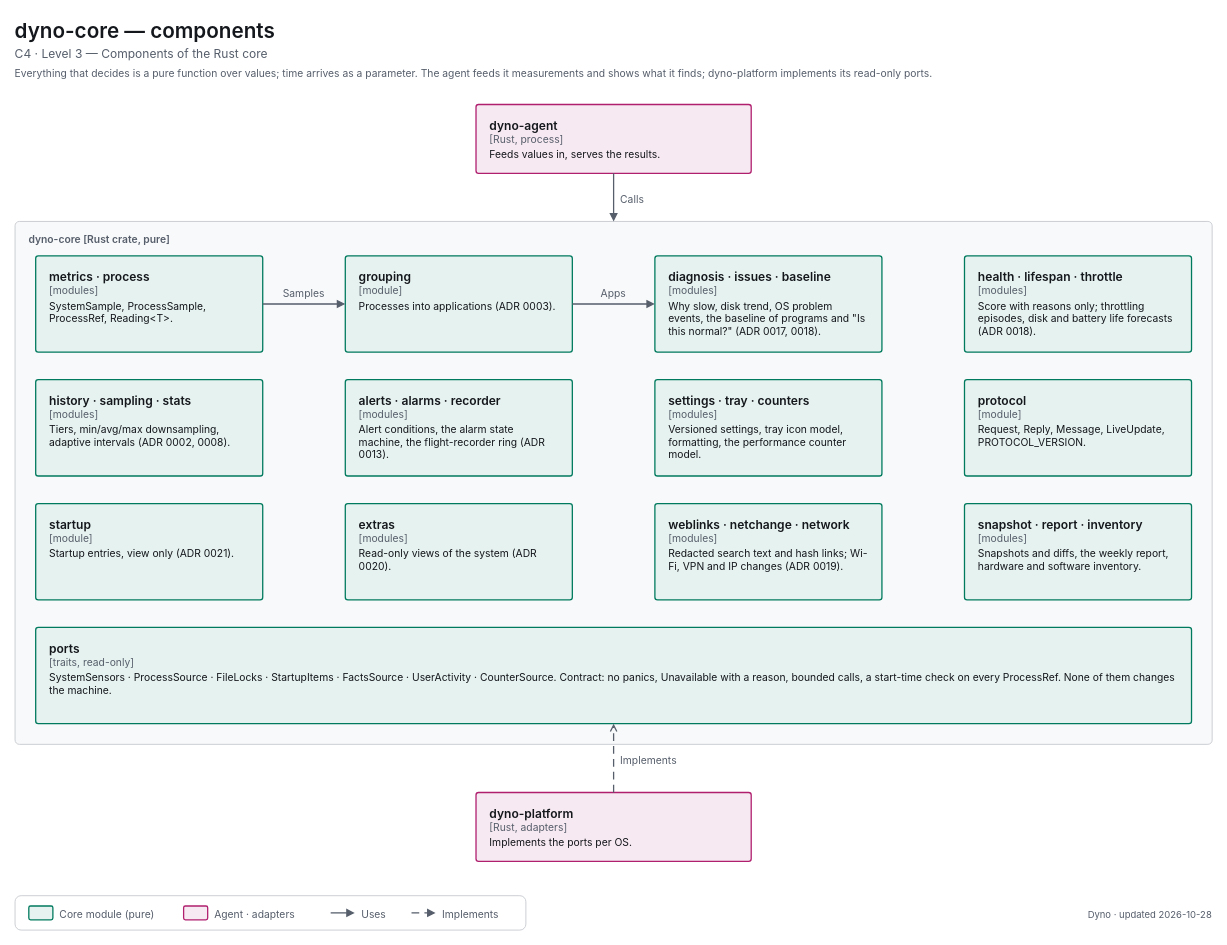
decryp7/paddock keeps this draw.io diagram as apps/dyno/diagrams/c4-3-components-core.drawio. Above is the earlier version. Source tidied: cells renumbered, new cells numbered last; positions are measured from the earlier drawing's top-left corner, leaving out a move shared by most shapes. Both pictures are drawn from the tidied source at 86%, with x=0, y=0 at pixel (15, 15).
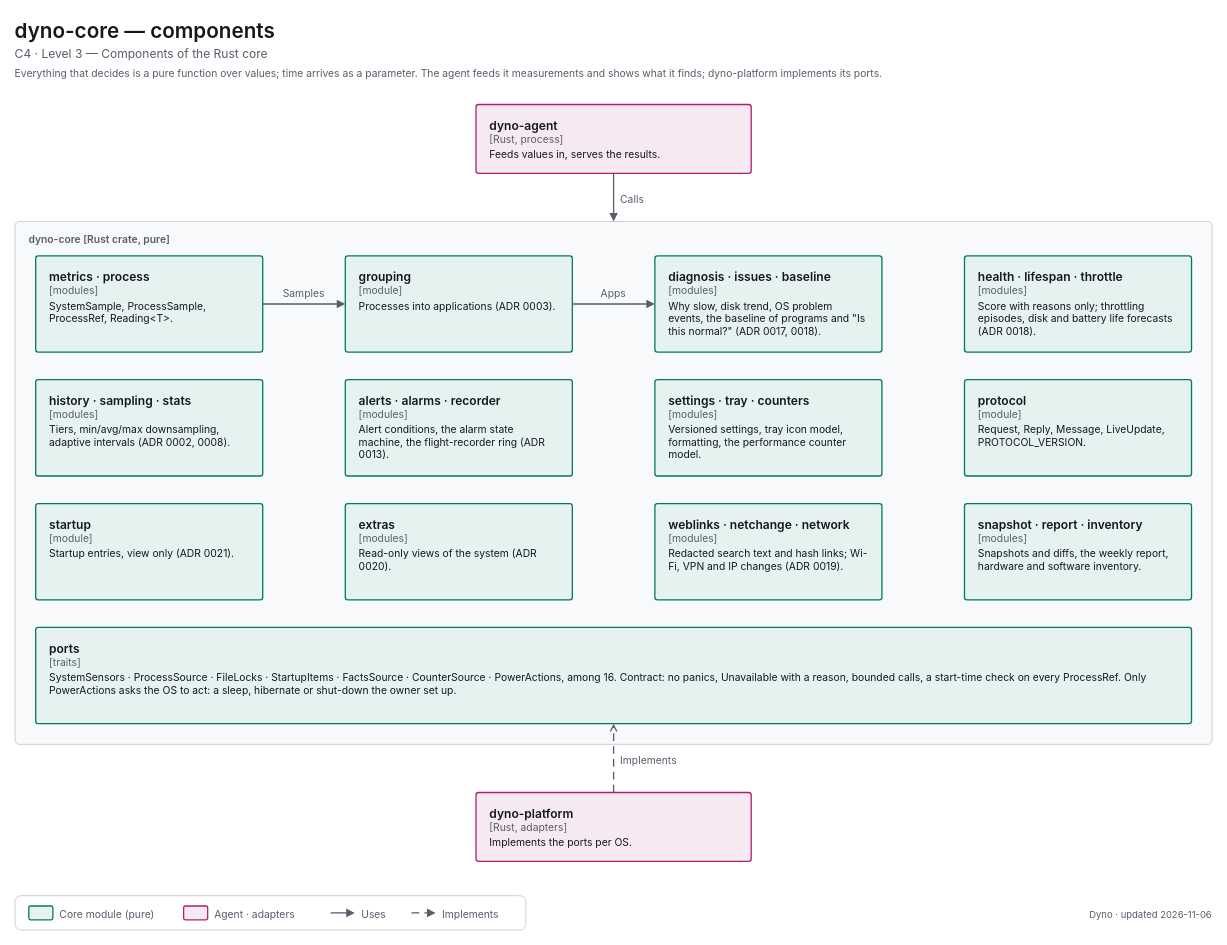
After the change.

Diff of the diagram source:
```diff
@@
-    <mxCell id="4" value="&lt;span style=&quot;font-size:12px;font-weight:400&quot;&gt;Everything that decides is a pure function over values; time arrives as a parameter. The agent feeds it measurements and shows what it finds; dyno-platform implements its read-only ports.&lt;/span&gt;" style="html=1;whiteSpace=wrap;fontFamily=-apple-system,BlinkMacSystemFont,Segoe UI,system-ui,sans-serif;fontSize=12;fontColor=light-dark(#14171C,#ECEEF1);text;strokeColor=none;fillColor=none;align=left;verticalAlign=top;spacing=0;fontColor=light-dark(#565E6B,#A0A7B2);" parent="1" vertex="1">
+    <mxCell id="4" value="&lt;span style=&quot;font-size:12px;font-weight:400&quot;&gt;Everything that decides is a pure function over values; time arrives as a parameter. The agent feeds it measurements and shows what it finds; dyno-platform implements its ports.&lt;/span&gt;" style="html=1;whiteSpace=wrap;fontFamily=-apple-system,BlinkMacSystemFont,Segoe UI,system-ui,sans-serif;fontSize=12;fontColor=light-dark(#14171C,#ECEEF1);text;strokeColor=none;fillColor=none;align=left;verticalAlign=top;spacing=0;fontColor=light-dark(#565E6B,#A0A7B2);" parent="1" vertex="1">
       <mxGeometry y="56" width="1304" height="20" as="geometry" />
     </mxCell>
@@
-    <mxCell id="19" value="&lt;span style=&quot;font-size:14px;font-weight:600&quot;&gt;ports&lt;/span&gt;&lt;br&gt;&lt;span style=&quot;font-size:12px;color:light-dark(#565E6B,#A0A7B2)&quot;&gt;[traits, read-only]&lt;/span&gt;&lt;br&gt;&lt;div style=&quot;margin-top:4px;font-size:12px&quot;&gt;SystemSensors · ProcessSource · FileLocks · StartupItems · FactsSource · UserActivity · CounterSource. Contract: no panics, Unavailable with a reason, bounded calls, a start-time check on every ProcessRef. None of them changes the machine.&lt;/div&gt;" style="html=1;whiteSpace=wrap;fontFamily=-apple-system,BlinkMacSystemFont,Segoe UI,system-ui,sans-serif;fontSize=12;fontColor=light-dark(#14171C,#ECEEF1);rounded=1;absoluteArcSize=1;arcSize=6;strokeWidth=1.5;strokeColor=light-dark(#007A5E,#2EC4A0);fillColor=light-dark(#E6F2EF,#193330);align=left;verticalAlign=top;spacingLeft=14;spacingRight=14;spacingTop=10;spacingBottom=8;" parent="1" vertex="1">
+    <mxCell id="19" value="&lt;span style=&quot;font-size:14px;font-weight:600&quot;&gt;ports&lt;/span&gt;&lt;br&gt;&lt;span style=&quot;font-size:12px;color:light-dark(#565E6B,#A0A7B2)&quot;&gt;[traits]&lt;/span&gt;&lt;br&gt;&lt;div style=&quot;margin-top:4px;font-size:12px&quot;&gt;SystemSensors · ProcessSource · FileLocks · StartupItems · FactsSource · CounterSource · PowerActions, among 16. Contract: no panics, Unavailable with a reason, bounded calls, a start-time check on every ProcessRef. Only PowerActions asks the OS to act: a sleep, hibernate or shut-down the owner set up.&lt;/div&gt;" style="html=1;whiteSpace=wrap;fontFamily=-apple-system,BlinkMacSystemFont,Segoe UI,system-ui,sans-serif;fontSize=12;fontColor=light-dark(#14171C,#ECEEF1);rounded=1;absoluteArcSize=1;arcSize=6;strokeWidth=1.5;strokeColor=light-dark(#007A5E,#2EC4A0);fillColor=light-dark(#E6F2EF,#193330);align=left;verticalAlign=top;spacingLeft=14;spacingRight=14;spacingTop=10;spacingBottom=8;" parent="1" vertex="1">
       <mxGeometry x="24" y="712" width="1344" height="112" as="geometry" />
     </mxCell>
@@
-    <mxCell id="38" value="&lt;span style=&quot;font-size:11px;font-weight:400&quot;&gt;Dyno · updated 2026-10-28&lt;/span&gt;" style="html=1;whiteSpace=wrap;fontFamily=-apple-system,BlinkMacSystemFont,Segoe UI,system-ui,sans-serif;fontSize=12;fontColor=light-dark(#14171C,#ECEEF1);text;strokeColor=none;fillColor=none;align=right;verticalAlign=top;spacing=0;fontColor=light-dark(#565E6B,#A0A7B2);" parent="1" vertex="1">
+    <mxCell id="38" value="&lt;span style=&quot;font-size:11px;font-weight:400&quot;&gt;Dyno · updated 2026-11-06&lt;/span&gt;" style="html=1;whiteSpace=wrap;fontFamily=-apple-system,BlinkMacSystemFont,Segoe UI,system-ui,sans-serif;fontSize=12;fontColor=light-dark(#14171C,#ECEEF1);text;strokeColor=none;fillColor=none;align=right;verticalAlign=top;spacing=0;fontColor=light-dark(#565E6B,#A0A7B2);" parent="1" vertex="1">
       <mxGeometry x="1032" y="1035" width="360" height="18" as="geometry" />
     </mxCell>
```
